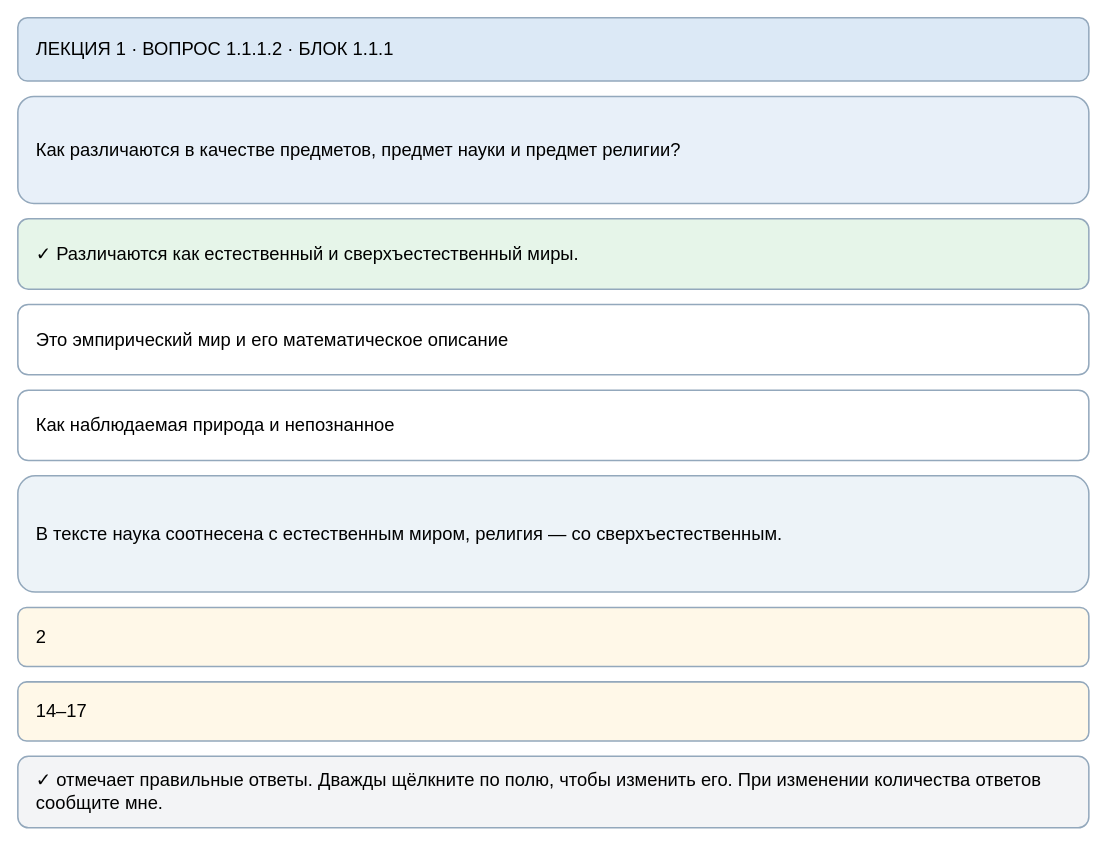
Before: page "1.1.1.2" (2 of 36) of maps/lecture-01-test-editor.drawio in slobodatablichka/apologetika-test, a draw.io diagram. Source tidied: cells renumbered, new cells numbered last; positions are measured from the earlier drawing's top-left corner, leaving out a move shared by most shapes. Both pictures are drawn from the tidied source at 102%, with x=0, y=0 at pixel (17, 17).
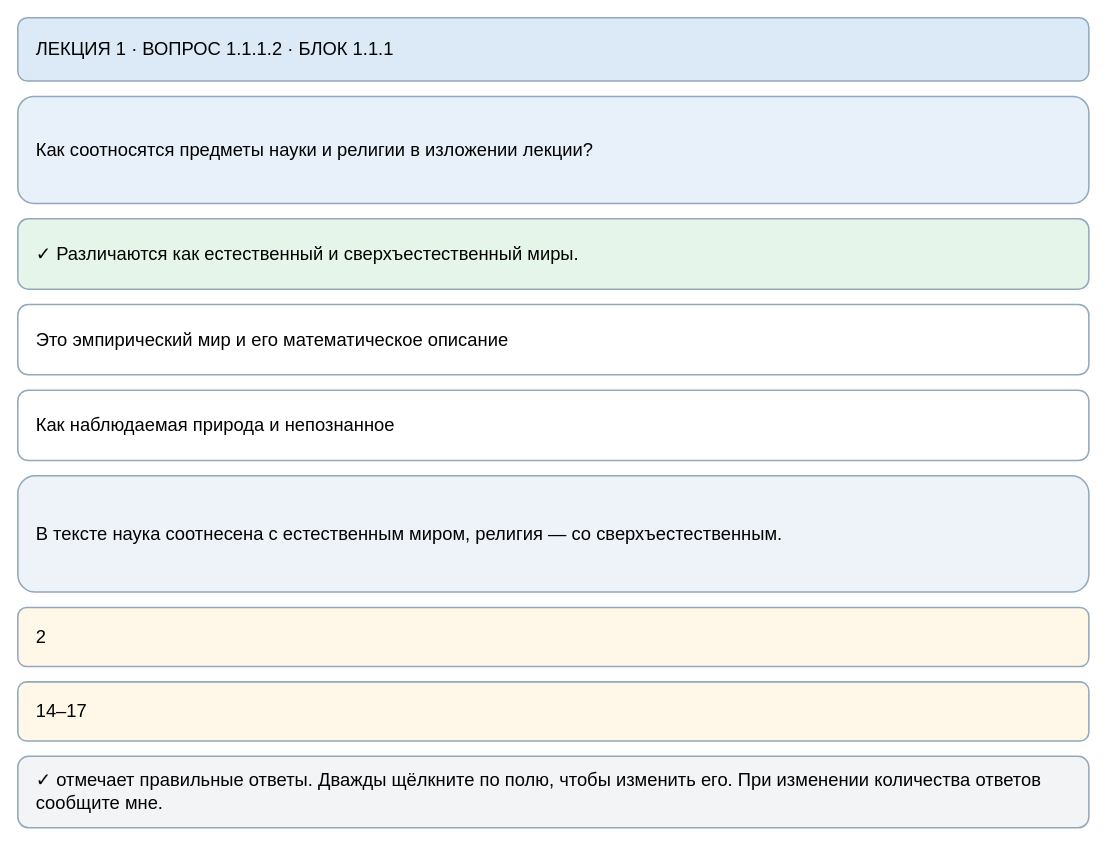
The same page after the edit.

Change to the diagram source:
```diff
@@
 <mxGraphModel>
   <root>
     <mxCell id="0" />
     <mxCell id="1" parent="0" />
     <mxCell id="2" value="ЛЕКЦИЯ 1 · ВОПРОС 1.1.1.2 · БЛОК 1.1.1" style="rounded=1;whiteSpace=wrap;html=1;align=left;verticalAlign=middle;spacingLeft=16;spacingRight=16;fontSize=18;fillColor=#dce9f6;strokeColor=#93a8bc;strokeWidth=1.5;" parent="1" vertex="1">
       <mxGeometry width="1050" height="62" as="geometry" />
     </mxCell>
-    <mxCell id="3" value="Как различаются в качестве предметов, предмет науки и предмет религии?" style="rounded=1;whiteSpace=wrap;html=1;align=left;verticalAlign=middle;spacingLeft=16;spacingRight=16;fontSize=18;fillColor=#e8f0f9;strokeColor=#93a8bc;strokeWidth=1.5;" parent="1" vertex="1">
+    <mxCell id="3" value="Как соотносятся предметы науки и религии в изложении лекции?" style="rounded=1;whiteSpace=wrap;html=1;align=left;verticalAlign=middle;spacingLeft=16;spacingRight=16;fontSize=18;fillColor=#e8f0f9;strokeColor=#93a8bc;strokeWidth=1.5;" parent="1" vertex="1">
       <mxGeometry y="77" width="1050" height="105" as="geometry" />
     </mxCell>
     <mxCell id="4" value="✓ Различаются как естественный и сверхъестественный миры." style="rounded=1;whiteSpace=wrap;html=1;align=left;verticalAlign=middle;spacingLeft=16;spacingRight=16;fontSize=18;fillColor=#e6f5e9;strokeColor=#93a8bc;strokeWidth=1.5;" parent="1" vertex="1">
       <mxGeometry y="197" width="1050" height="69" as="geometry" />
     </mxCell>
     <mxCell id="5" value="Это эмпирический мир и его математическое описание" style="rounded=1;whiteSpace=wrap;html=1;align=left;verticalAlign=middle;spacingLeft=16;spacingRight=16;fontSize=18;fillColor=#ffffff;strokeColor=#93a8bc;strokeWidth=1.5;" parent="1" vertex="1">
       <mxGeometry y="281" width="1050" height="69" as="geometry" />
     </mxCell>
     <mxCell id="6" value="Как наблюдаемая природа и непознанное" style="rounded=1;whiteSpace=wrap;html=1;align=left;verticalAlign=middle;spacingLeft=16;spacingRight=16;fontSize=18;fillColor=#ffffff;strokeColor=#93a8bc;strokeWidth=1.5;" parent="1" vertex="1">
       <mxGeometry y="365" width="1050" height="69" as="geometry" />
     </mxCell>
     <mxCell id="7" value="В тексте наука соотнесена с естественным миром, религия — со сверхъестественным." style="rounded=1;whiteSpace=wrap;html=1;align=left;verticalAlign=middle;spacingLeft=16;spacingRight=16;fontSize=18;fillColor=#edf3f8;strokeColor=#93a8bc;strokeWidth=1.5;" parent="1" vertex="1">
       <mxGeometry y="449" width="1050" height="114" as="geometry" />
     </mxCell>
     <mxCell id="8" value="2" style="rounded=1;whiteSpace=wrap;html=1;align=left;verticalAlign=middle;spacingLeft=16;spacingRight=16;fontSize=18;fillColor=#fff8e8;strokeColor=#93a8bc;strokeWidth=1.5;" parent="1" vertex="1">
       <mxGeometry y="578" width="1050" height="58" as="geometry" />
     </mxCell>
     <mxCell id="9" value="14–17" style="rounded=1;whiteSpace=wrap;html=1;align=left;verticalAlign=middle;spacingLeft=16;spacingRight=16;fontSize=18;fillColor=#fff8e8;strokeColor=#93a8bc;strokeWidth=1.5;" parent="1" vertex="1">
       <mxGeometry y="651" width="1050" height="58" as="geometry" />
     </mxCell>
     <mxCell id="10" value="✓ отмечает правильные ответы. Дважды щёлкните по полю, чтобы изменить его. При изменении количества ответов сообщите мне." style="rounded=1;whiteSpace=wrap;html=1;align=left;verticalAlign=middle;spacingLeft=16;spacingRight=16;fontSize=18;fillColor=#f3f4f6;strokeColor=#93a8bc;strokeWidth=1.5;" parent="1" vertex="1">
       <mxGeometry y="724" width="1050" height="70" as="geometry" />
     </mxCell>
   </root>
 </mxGraphModel>
```
